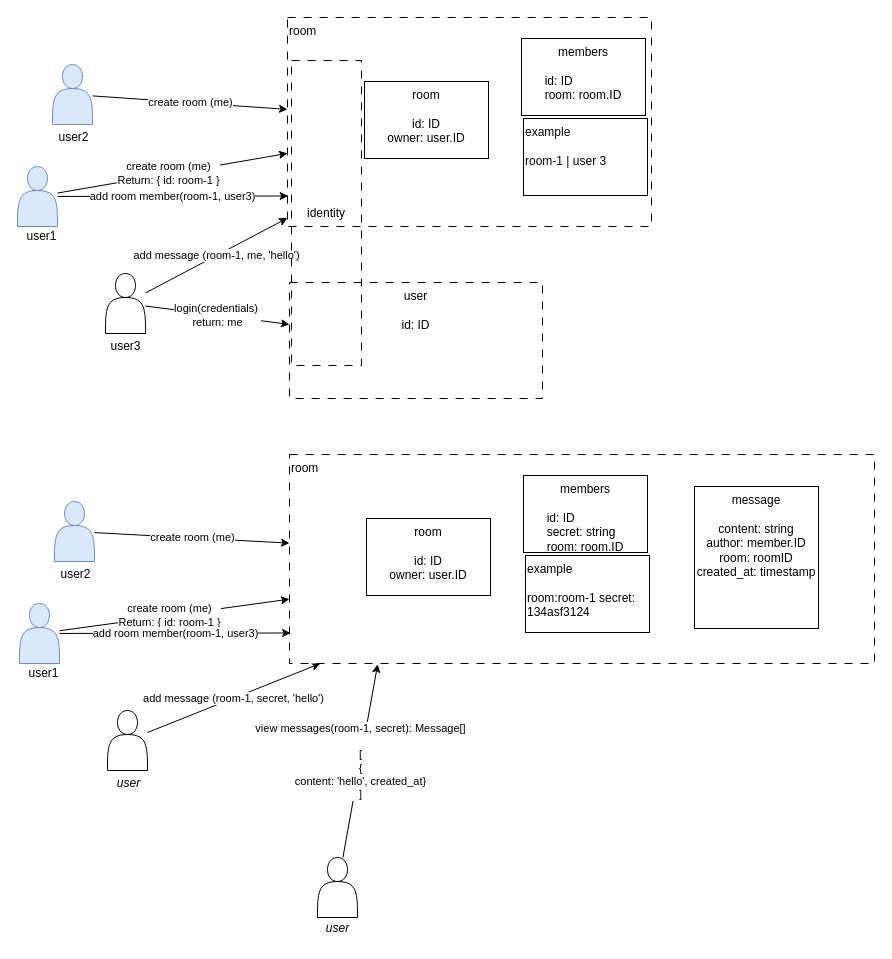
Above: docs/first.drawio in aljorhythm/azebosh (draw.io), before the change. Source tidied: cells renumbered, new cells numbered last; positions are measured from the earlier drawing's top-left corner, leaving out a move shared by most shapes. Both pictures are drawn from the tidied source at 100%, with x=0, y=0 at pixel (17, 17).
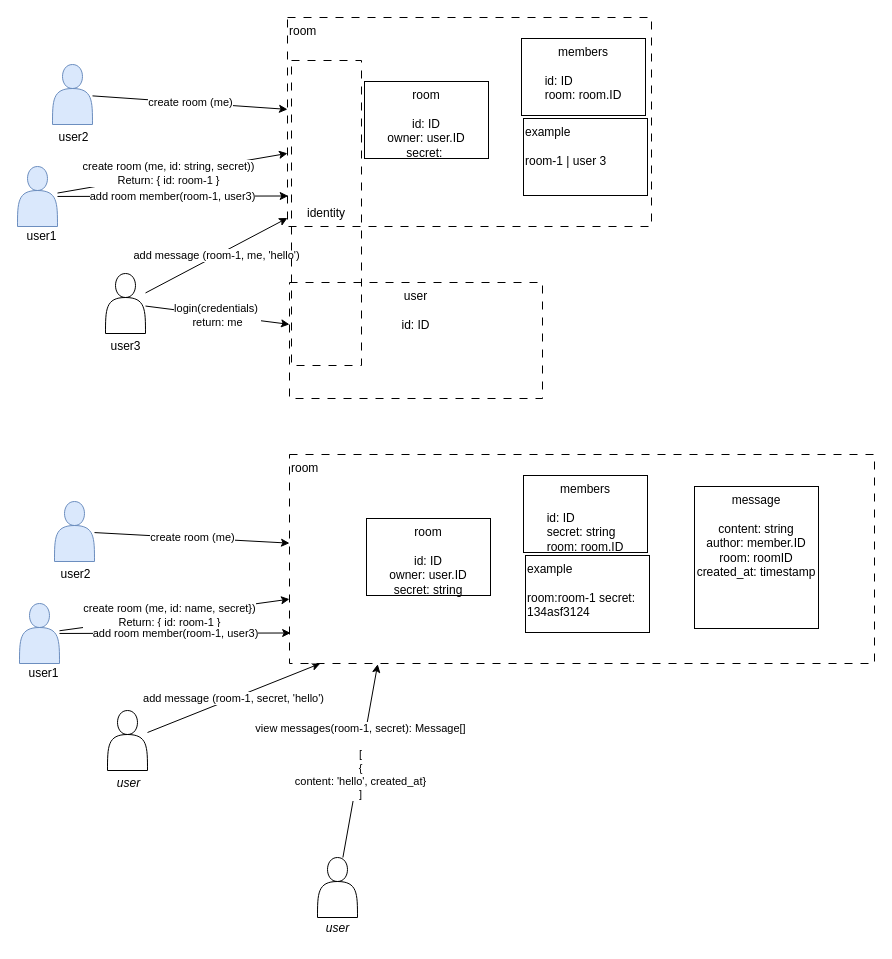
The same page after the edit.

Commit message:
add create room design without global auth in drawing

The change refers to these unchanged cells:
```xml
<mxCell id="11" style="edgeStyle=none;html=1;" parent="1" edge="1" source="15" target="5">
  <mxGeometry relative="1" as="geometry" />
</mxCell>
<mxCell id="29" style="edgeStyle=none;html=1;" parent="1" edge="1" source="33" target="23">
  <mxGeometry relative="1" as="geometry" />
</mxCell>
```

What changed in the source:
```diff
@@
-    <mxCell id="6" value="room&lt;br&gt;&lt;br&gt;&lt;span style=&quot;text-align: left;&quot;&gt;id: ID&lt;br&gt;owner: user.ID&lt;br&gt;&lt;/span&gt;" style="rounded=0;whiteSpace=wrap;html=1;align=center;verticalAlign=top;" parent="1" vertex="1">
+    <mxCell id="6" value="room&lt;br&gt;&lt;br&gt;&lt;span style=&quot;text-align: left;&quot;&gt;id: ID&lt;br&gt;owner: user.ID&lt;br&gt;secret:&amp;nbsp;&lt;br&gt;&lt;/span&gt;" style="rounded=0;whiteSpace=wrap;html=1;align=center;verticalAlign=top;" parent="1" vertex="1">
       <mxGeometry x="347" y="64" width="124" height="77" as="geometry" />
     </mxCell>
@@
-    <mxCell id="12" value="create room (me)&lt;br&gt;Return: { id: room-1 }" style="edgeLabel;html=1;align=center;verticalAlign=middle;" parent="11" vertex="1">
+    <mxCell id="12" value="create room (me, id: string, secret))&lt;br&gt;Return: { id: room-1 }" style="edgeLabel;html=1;align=center;verticalAlign=middle;" parent="11" vertex="1">
       <mxGeometry x="-0.04" y="1" relative="1" as="geometry" />
     </mxCell>
@@
-    <mxCell id="24" value="room&lt;br&gt;&lt;br&gt;&lt;span style=&quot;text-align: left;&quot;&gt;id: ID&lt;br&gt;owner: user.ID&lt;br&gt;&lt;/span&gt;" style="rounded=0;whiteSpace=wrap;html=1;align=center;verticalAlign=top;" parent="1" vertex="1">
+    <mxCell id="24" value="room&lt;br&gt;&lt;br&gt;&lt;span style=&quot;text-align: left;&quot;&gt;id: ID&lt;br&gt;owner: user.ID&lt;br&gt;secret: string&lt;br&gt;&lt;/span&gt;" style="rounded=0;whiteSpace=wrap;html=1;align=center;verticalAlign=top;" parent="1" vertex="1">
       <mxGeometry x="349" y="501" width="124" height="77" as="geometry" />
     </mxCell>
@@
-    <mxCell id="30" value="create room (me)&lt;br&gt;Return: { id: room-1 }" style="edgeLabel;html=1;align=center;verticalAlign=middle;" parent="29" vertex="1">
+    <mxCell id="30" value="create room (me, id: name, secret})&lt;br&gt;Return: { id: room-1 }" style="edgeLabel;html=1;align=center;verticalAlign=middle;" parent="29" vertex="1">
       <mxGeometry x="-0.04" y="1" relative="1" as="geometry" />
     </mxCell>
```
